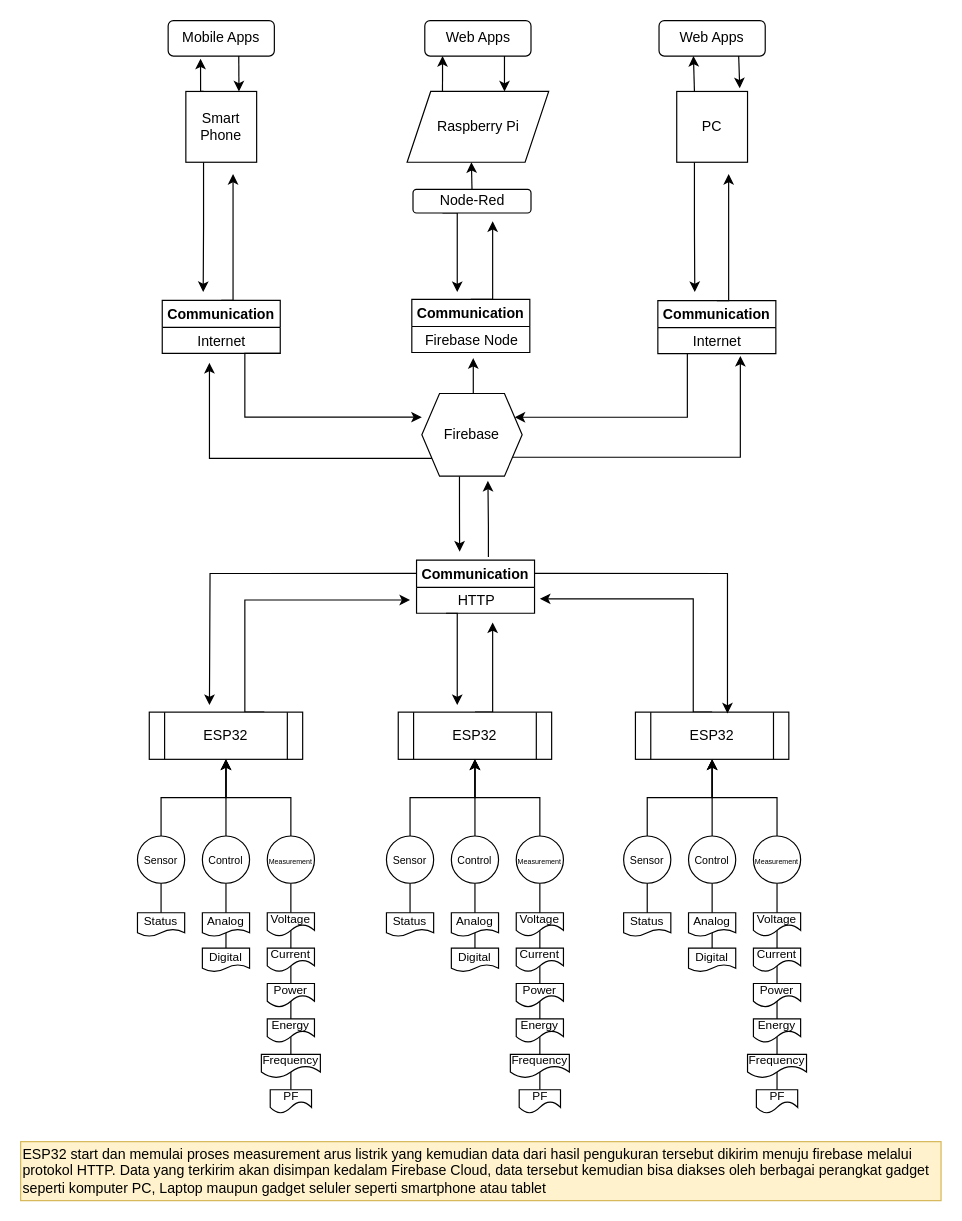
This is flow-diagram.drawio from lmarkrol/smartmeter, a draw.io file, before an edit. Source tidied: cells renumbered, new cells numbered last; positions are measured from the earlier drawing's top-left corner, leaving out a move shared by most shapes. Both pictures are drawn from the tidied source at 118%, with x=0, y=0 at pixel (20, 20).
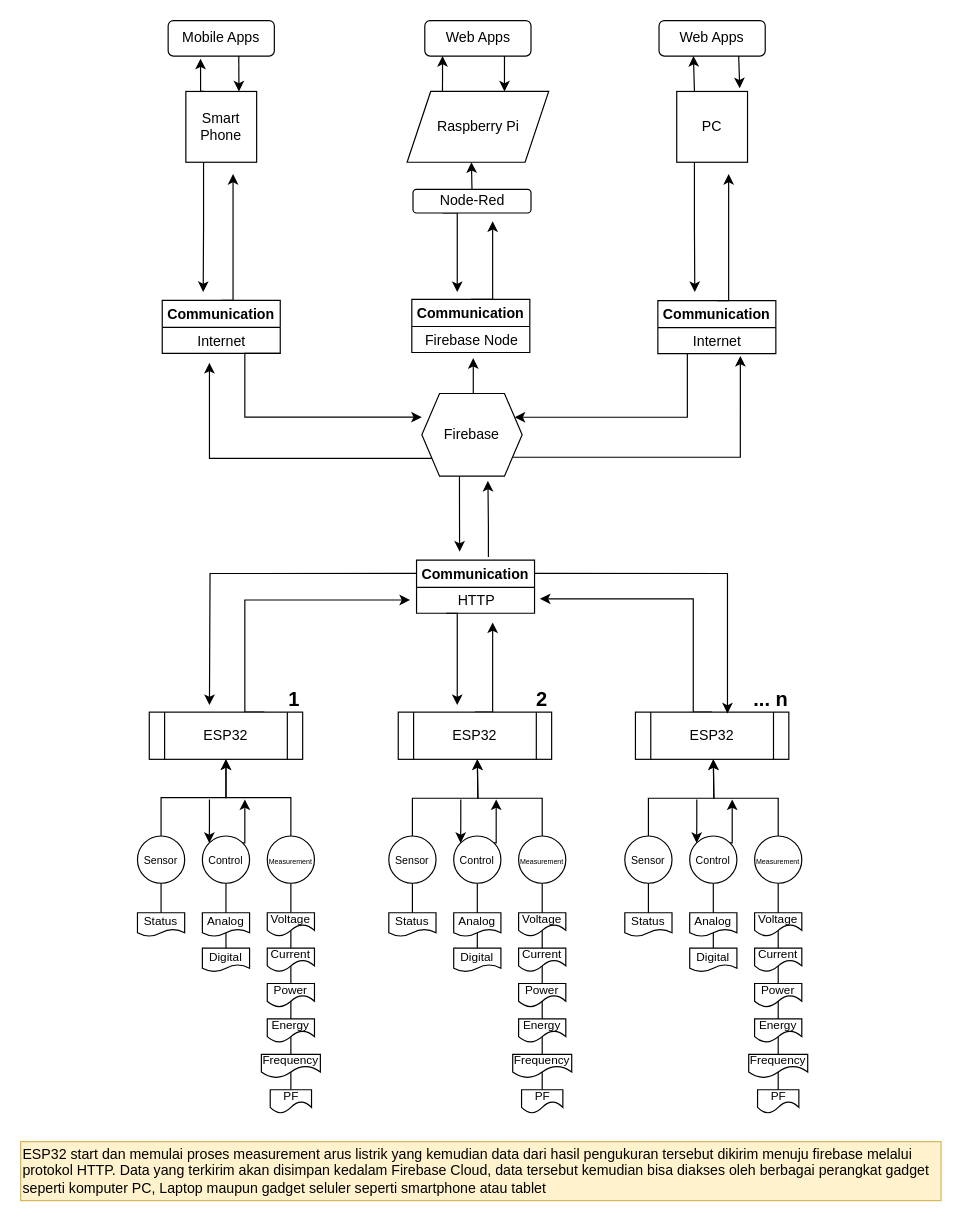
The same diagram, later.

The change refers to these unchanged cells:
```xml
<mxCell id="12" value="ESP32" style="shape=process;whiteSpace=wrap;html=1;backgroundOutline=1;rotation=0;" parent="1" vertex="1">
  <mxGeometry x="320" y="586" width="130" height="40" as="geometry" />
</mxCell>
<mxCell id="70" value="ESP32" style="shape=process;whiteSpace=wrap;html=1;backgroundOutline=1;rotation=0;" parent="1" vertex="1">
  <mxGeometry x="521" y="586" width="130" height="40" as="geometry" />
</mxCell>
<mxCell id="84" value="&lt;font style=&quot;font-size: 9px&quot;&gt;Control&lt;/font&gt;" style="ellipse;whiteSpace=wrap;html=1;rotation=0;" parent="1" vertex="1">
  <mxGeometry x="154" y="691" width="40" height="40" as="geometry" />
</mxCell>
<mxCell id="90" value="ESP32" style="shape=process;whiteSpace=wrap;html=1;backgroundOutline=1;rotation=0;" parent="1" vertex="1">
  <mxGeometry x="109" y="586" width="130" height="40" as="geometry" />
</mxCell>
```

The edit, as a diff of the source:
```diff
@@
-    <mxCell id="2" style="endArrow=none;html=1;entryX=0.5;entryY=1;entryDx=0;entryDy=0;exitX=0.5;exitY=0;exitDx=0;exitDy=0;" parent="1" edge="1" source="53" target="6">
-      <mxGeometry relative="1" as="geometry" />
-    </mxCell>
-    <mxCell id="3" style="endArrow=none;html=1;entryX=0.5;entryY=1;entryDx=0;entryDy=0;exitX=0.5;exitY=0;exitDx=0;exitDy=0;" parent="1" edge="1" source="59" target="7">
-      <mxGeometry relative="1" as="geometry" />
-    </mxCell>
@@
-    <mxCell id="5" value="&lt;font style=&quot;font-size: 9px&quot;&gt;Sensor&lt;/font&gt;" style="ellipse;whiteSpace=wrap;html=1;rotation=0;" parent="1" vertex="1">
-      <mxGeometry x="310" y="691" width="40" height="40" as="geometry" />
-    </mxCell>
-    <mxCell id="6" value="&lt;font style=&quot;font-size: 9px&quot;&gt;Control&lt;/font&gt;" style="ellipse;whiteSpace=wrap;html=1;rotation=0;" parent="1" vertex="1">
-      <mxGeometry x="365" y="691" width="40" height="40" as="geometry" />
-    </mxCell>
-    <mxCell id="7" value="&lt;font style=&quot;font-size: 6px&quot;&gt;Measurement&lt;/font&gt;" style="ellipse;whiteSpace=wrap;html=1;rotation=0;" parent="1" vertex="1">
-      <mxGeometry x="420" y="691" width="40" height="40" as="geometry" />
-    </mxCell>
-    <mxCell id="8" style="edgeStyle=orthogonalEdgeStyle;rounded=0;jettySize=auto;html=1;exitX=0.5;exitY=0;exitDx=0;exitDy=0;entryX=0.5;entryY=1;entryDx=0;entryDy=0;" parent="1" edge="1" source="5" target="12">
-      <mxGeometry x="350" y="226" as="geometry" />
-    </mxCell>
-    <mxCell id="9" style="edgeStyle=orthogonalEdgeStyle;rounded=0;jettySize=auto;html=1;exitX=0.5;exitY=0;exitDx=0;exitDy=0;entryX=0.5;entryY=1;entryDx=0;entryDy=0;" parent="1" edge="1" source="6" target="12">
-      <mxGeometry x="350" y="226" as="geometry" />
-    </mxCell>
-    <mxCell id="10" style="edgeStyle=orthogonalEdgeStyle;rounded=0;jettySize=auto;html=1;exitX=0.5;exitY=0;exitDx=0;exitDy=0;entryX=0.5;entryY=1;entryDx=0;entryDy=0;" parent="1" edge="1" source="7" target="12">
-      <mxGeometry x="350" y="226" as="geometry" />
-    </mxCell>
@@
-    <mxCell id="51" value="&lt;font style=&quot;font-size: 10px&quot;&gt;Status&lt;/font&gt;" style="shape=document;whiteSpace=wrap;html=1;boundedLbl=1;" parent="1" vertex="1">
-      <mxGeometry x="310" y="756" width="40" height="20" as="geometry" />
-    </mxCell>
-    <mxCell id="52" value="&lt;font style=&quot;font-size: 10px&quot;&gt;Analog&lt;/font&gt;" style="shape=document;whiteSpace=wrap;html=1;boundedLbl=1;" parent="1" vertex="1">
-      <mxGeometry x="365" y="756" width="40" height="20" as="geometry" />
-    </mxCell>
-    <mxCell id="53" value="&lt;font style=&quot;font-size: 10px&quot;&gt;Digital&lt;/font&gt;" style="shape=document;whiteSpace=wrap;html=1;boundedLbl=1;" parent="1" vertex="1">
-      <mxGeometry x="365" y="786" width="40" height="20" as="geometry" />
-    </mxCell>
-    <mxCell id="54" value="&lt;font style=&quot;font-size: 10px&quot;&gt;Voltage&lt;/font&gt;" style="shape=document;whiteSpace=wrap;html=1;boundedLbl=1;size=0.5;" parent="1" vertex="1">
-      <mxGeometry x="420" y="756" width="40" height="20" as="geometry" />
-    </mxCell>
-    <mxCell id="55" value="&lt;font style=&quot;font-size: 10px&quot;&gt;Current&lt;/font&gt;" style="shape=document;whiteSpace=wrap;html=1;boundedLbl=1;size=0.5;" parent="1" vertex="1">
-      <mxGeometry x="420" y="786" width="40" height="20" as="geometry" />
-    </mxCell>
-    <mxCell id="56" value="&lt;font style=&quot;font-size: 10px&quot;&gt;Power&lt;/font&gt;" style="shape=document;whiteSpace=wrap;html=1;boundedLbl=1;size=0.5;" parent="1" vertex="1">
-      <mxGeometry x="420" y="816" width="40" height="20" as="geometry" />
-    </mxCell>
-    <mxCell id="57" value="&lt;font style=&quot;font-size: 10px&quot;&gt;Energy&lt;/font&gt;" style="shape=document;whiteSpace=wrap;html=1;boundedLbl=1;size=0.5;" parent="1" vertex="1">
-      <mxGeometry x="420" y="846" width="40" height="20" as="geometry" />
-    </mxCell>
-    <mxCell id="58" value="&lt;font style=&quot;font-size: 10px&quot;&gt;Frequency&lt;/font&gt;" style="shape=document;whiteSpace=wrap;html=1;boundedLbl=1;size=0.5;" parent="1" vertex="1">
-      <mxGeometry x="415" y="876" width="50" height="20" as="geometry" />
-    </mxCell>
-    <mxCell id="59" value="&lt;font style=&quot;font-size: 10px&quot;&gt;PF&lt;/font&gt;" style="shape=document;whiteSpace=wrap;html=1;boundedLbl=1;size=0.5;" parent="1" vertex="1">
-      <mxGeometry x="422.5" y="906" width="35" height="20" as="geometry" />
-    </mxCell>
-    <mxCell id="60" style="endArrow=none;html=1;entryX=0.5;entryY=1;entryDx=0;entryDy=0;exitX=0.5;exitY=0;exitDx=0;exitDy=0;" parent="1" edge="1" source="51" target="5">
-      <mxGeometry relative="1" as="geometry" />
-    </mxCell>
-    <mxCell id="61" style="endArrow=none;html=1;entryX=0.5;entryY=1;entryDx=0;entryDy=0;exitX=0.5;exitY=0;exitDx=0;exitDy=0;" parent="1" edge="1" source="73" target="64">
-      <mxGeometry relative="1" as="geometry" />
-    </mxCell>
-    <mxCell id="62" style="endArrow=none;html=1;entryX=0.5;entryY=1;entryDx=0;entryDy=0;exitX=0.5;exitY=0;exitDx=0;exitDy=0;" parent="1" edge="1" source="79" target="65">
-      <mxGeometry relative="1" as="geometry" />
-    </mxCell>
-    <mxCell id="63" value="&lt;font style=&quot;font-size: 9px&quot;&gt;Sensor&lt;/font&gt;" style="ellipse;whiteSpace=wrap;html=1;rotation=0;" parent="1" vertex="1">
-      <mxGeometry x="511" y="691" width="40" height="40" as="geometry" />
-    </mxCell>
-    <mxCell id="64" value="&lt;font style=&quot;font-size: 9px&quot;&gt;Control&lt;/font&gt;" style="ellipse;whiteSpace=wrap;html=1;rotation=0;" parent="1" vertex="1">
-      <mxGeometry x="566" y="691" width="40" height="40" as="geometry" />
-    </mxCell>
-    <mxCell id="65" value="&lt;font style=&quot;font-size: 6px&quot;&gt;Measurement&lt;/font&gt;" style="ellipse;whiteSpace=wrap;html=1;rotation=0;" parent="1" vertex="1">
-      <mxGeometry x="621" y="691" width="40" height="40" as="geometry" />
-    </mxCell>
-    <mxCell id="66" style="edgeStyle=orthogonalEdgeStyle;rounded=0;jettySize=auto;html=1;exitX=0.5;exitY=0;exitDx=0;exitDy=0;entryX=0.5;entryY=1;entryDx=0;entryDy=0;" parent="1" edge="1" source="63" target="70">
-      <mxGeometry x="551" y="226" as="geometry" />
-    </mxCell>
-    <mxCell id="67" style="edgeStyle=orthogonalEdgeStyle;rounded=0;jettySize=auto;html=1;exitX=0.5;exitY=0;exitDx=0;exitDy=0;entryX=0.5;entryY=1;entryDx=0;entryDy=0;" parent="1" edge="1" source="64" target="70">
-      <mxGeometry x="551" y="226" as="geometry" />
-    </mxCell>
-    <mxCell id="68" style="edgeStyle=orthogonalEdgeStyle;rounded=0;jettySize=auto;html=1;exitX=0.5;exitY=0;exitDx=0;exitDy=0;entryX=0.5;entryY=1;entryDx=0;entryDy=0;" parent="1" edge="1" source="65" target="70">
-      <mxGeometry x="551" y="226" as="geometry" />
-    </mxCell>
@@
-    <mxCell id="71" value="&lt;font style=&quot;font-size: 10px&quot;&gt;Status&lt;/font&gt;" style="shape=document;whiteSpace=wrap;html=1;boundedLbl=1;" parent="1" vertex="1">
-      <mxGeometry x="511" y="756" width="40" height="20" as="geometry" />
-    </mxCell>
-    <mxCell id="72" value="&lt;font style=&quot;font-size: 10px&quot;&gt;Analog&lt;/font&gt;" style="shape=document;whiteSpace=wrap;html=1;boundedLbl=1;" parent="1" vertex="1">
-      <mxGeometry x="566" y="756" width="40" height="20" as="geometry" />
-    </mxCell>
-    <mxCell id="73" value="&lt;font style=&quot;font-size: 10px&quot;&gt;Digital&lt;/font&gt;" style="shape=document;whiteSpace=wrap;html=1;boundedLbl=1;" parent="1" vertex="1">
-      <mxGeometry x="566" y="786" width="40" height="20" as="geometry" />
-    </mxCell>
-    <mxCell id="74" value="&lt;font style=&quot;font-size: 10px&quot;&gt;Voltage&lt;/font&gt;" style="shape=document;whiteSpace=wrap;html=1;boundedLbl=1;size=0.5;" parent="1" vertex="1">
-      <mxGeometry x="621" y="756" width="40" height="20" as="geometry" />
-    </mxCell>
-    <mxCell id="75" value="&lt;font style=&quot;font-size: 10px&quot;&gt;Current&lt;/font&gt;" style="shape=document;whiteSpace=wrap;html=1;boundedLbl=1;size=0.5;" parent="1" vertex="1">
-      <mxGeometry x="621" y="786" width="40" height="20" as="geometry" />
-    </mxCell>
-    <mxCell id="76" value="&lt;font style=&quot;font-size: 10px&quot;&gt;Power&lt;/font&gt;" style="shape=document;whiteSpace=wrap;html=1;boundedLbl=1;size=0.5;" parent="1" vertex="1">
-      <mxGeometry x="621" y="816" width="40" height="20" as="geometry" />
-    </mxCell>
-    <mxCell id="77" value="&lt;font style=&quot;font-size: 10px&quot;&gt;Energy&lt;/font&gt;" style="shape=document;whiteSpace=wrap;html=1;boundedLbl=1;size=0.5;" parent="1" vertex="1">
-      <mxGeometry x="621" y="846" width="40" height="20" as="geometry" />
-    </mxCell>
-    <mxCell id="78" value="&lt;font style=&quot;font-size: 10px&quot;&gt;Frequency&lt;/font&gt;" style="shape=document;whiteSpace=wrap;html=1;boundedLbl=1;size=0.5;" parent="1" vertex="1">
-      <mxGeometry x="616" y="876" width="50" height="20" as="geometry" />
-    </mxCell>
-    <mxCell id="79" value="&lt;font style=&quot;font-size: 10px&quot;&gt;PF&lt;/font&gt;" style="shape=document;whiteSpace=wrap;html=1;boundedLbl=1;size=0.5;" parent="1" vertex="1">
-      <mxGeometry x="623.5" y="906" width="35" height="20" as="geometry" />
-    </mxCell>
-    <mxCell id="80" style="endArrow=none;html=1;entryX=0.5;entryY=1;entryDx=0;entryDy=0;exitX=0.5;exitY=0;exitDx=0;exitDy=0;" parent="1" edge="1" source="71" target="63">
-      <mxGeometry relative="1" as="geometry" />
-    </mxCell>
@@
-    <mxCell id="87" style="edgeStyle=orthogonalEdgeStyle;rounded=0;jettySize=auto;html=1;exitX=0.5;exitY=0;exitDx=0;exitDy=0;entryX=0.5;entryY=1;entryDx=0;entryDy=0;" parent="1" edge="1" source="84" target="90">
-      <mxGeometry x="139" y="226" as="geometry" />
+    <mxCell id="87" style="edgeStyle=orthogonalEdgeStyle;rounded=0;jettySize=auto;html=1;exitX=1;exitY=0;exitDx=0;exitDy=0;" parent="1" edge="1" source="84">
+      <mxGeometry x="139" y="226" as="geometry">
+        <mxPoint x="190" y="660" as="targetPoint" />
+      </mxGeometry>
     </mxCell>
@@
+    <mxCell id="108" style="edgeStyle=orthogonalEdgeStyle;rounded=0;jettySize=auto;html=1;entryX=0;entryY=0;entryDx=0;entryDy=0;" parent="1" edge="1" target="84">
+      <mxGeometry x="149" y="236" as="geometry">
+        <mxPoint x="160" y="660" as="sourcePoint" />
+        <Array as="points">
+          <mxPoint x="160" y="680" />
+          <mxPoint x="160" y="680" />
+        </Array>
+      </mxGeometry>
+    </mxCell>
+    <mxCell id="109" style="endArrow=none;html=1;entryX=0.5;entryY=1;entryDx=0;entryDy=0;exitX=0.5;exitY=0;exitDx=0;exitDy=0;" parent="1" edge="1" source="119" target="112">
+      <mxGeometry relative="1" as="geometry" />
+    </mxCell>
+    <mxCell id="110" style="endArrow=none;html=1;entryX=0.5;entryY=1;entryDx=0;entryDy=0;exitX=0.5;exitY=0;exitDx=0;exitDy=0;" parent="1" edge="1" source="125" target="113">
+      <mxGeometry relative="1" as="geometry" />
+    </mxCell>
+    <mxCell id="111" value="&lt;font style=&quot;font-size: 9px&quot;&gt;Sensor&lt;/font&gt;" style="ellipse;whiteSpace=wrap;html=1;rotation=0;" parent="1" vertex="1">
+      <mxGeometry x="312" y="691" width="40" height="40" as="geometry" />
+    </mxCell>
+    <mxCell id="112" value="&lt;font style=&quot;font-size: 9px&quot;&gt;Control&lt;/font&gt;" style="ellipse;whiteSpace=wrap;html=1;rotation=0;" parent="1" vertex="1">
+      <mxGeometry x="367" y="691" width="40" height="40" as="geometry" />
+    </mxCell>
+    <mxCell id="113" value="&lt;font style=&quot;font-size: 6px&quot;&gt;Measurement&lt;/font&gt;" style="ellipse;whiteSpace=wrap;html=1;rotation=0;" parent="1" vertex="1">
+      <mxGeometry x="422" y="691" width="40" height="40" as="geometry" />
+    </mxCell>
+    <mxCell id="114" style="edgeStyle=orthogonalEdgeStyle;rounded=0;jettySize=auto;html=1;exitX=0.5;exitY=0;exitDx=0;exitDy=0;entryX=0.5;entryY=1;entryDx=0;entryDy=0;" parent="1" edge="1" source="111">
+      <mxGeometry x="352" y="226" as="geometry">
+        <mxPoint x="387" y="626" as="targetPoint" />
+      </mxGeometry>
+    </mxCell>
+    <mxCell id="115" style="edgeStyle=orthogonalEdgeStyle;rounded=0;jettySize=auto;html=1;exitX=1;exitY=0;exitDx=0;exitDy=0;" parent="1" edge="1" source="112">
+      <mxGeometry x="352" y="226" as="geometry">
+        <mxPoint x="403" y="660" as="targetPoint" />
+      </mxGeometry>
+    </mxCell>
+    <mxCell id="116" style="edgeStyle=orthogonalEdgeStyle;rounded=0;jettySize=auto;html=1;exitX=0.5;exitY=0;exitDx=0;exitDy=0;entryX=0.5;entryY=1;entryDx=0;entryDy=0;" parent="1" edge="1" source="113">
+      <mxGeometry x="352" y="226" as="geometry">
+        <mxPoint x="387" y="626" as="targetPoint" />
+      </mxGeometry>
+    </mxCell>
+    <mxCell id="117" value="&lt;font style=&quot;font-size: 10px&quot;&gt;Status&lt;/font&gt;" style="shape=document;whiteSpace=wrap;html=1;boundedLbl=1;" parent="1" vertex="1">
+      <mxGeometry x="312" y="756" width="40" height="20" as="geometry" />
+    </mxCell>
+    <mxCell id="118" value="&lt;font style=&quot;font-size: 10px&quot;&gt;Analog&lt;/font&gt;" style="shape=document;whiteSpace=wrap;html=1;boundedLbl=1;" parent="1" vertex="1">
+      <mxGeometry x="367" y="756" width="40" height="20" as="geometry" />
+    </mxCell>
+    <mxCell id="119" value="&lt;font style=&quot;font-size: 10px&quot;&gt;Digital&lt;/font&gt;" style="shape=document;whiteSpace=wrap;html=1;boundedLbl=1;" parent="1" vertex="1">
+      <mxGeometry x="367" y="786" width="40" height="20" as="geometry" />
+    </mxCell>
+    <mxCell id="120" value="&lt;font style=&quot;font-size: 10px&quot;&gt;Voltage&lt;/font&gt;" style="shape=document;whiteSpace=wrap;html=1;boundedLbl=1;size=0.5;" parent="1" vertex="1">
+      <mxGeometry x="422" y="756" width="40" height="20" as="geometry" />
+    </mxCell>
+    <mxCell id="121" value="&lt;font style=&quot;font-size: 10px&quot;&gt;Current&lt;/font&gt;" style="shape=document;whiteSpace=wrap;html=1;boundedLbl=1;size=0.5;" parent="1" vertex="1">
+      <mxGeometry x="422" y="786" width="40" height="20" as="geometry" />
+    </mxCell>
+    <mxCell id="122" value="&lt;font style=&quot;font-size: 10px&quot;&gt;Power&lt;/font&gt;" style="shape=document;whiteSpace=wrap;html=1;boundedLbl=1;size=0.5;" parent="1" vertex="1">
+      <mxGeometry x="422" y="816" width="40" height="20" as="geometry" />
+    </mxCell>
+    <mxCell id="123" value="&lt;font style=&quot;font-size: 10px&quot;&gt;Energy&lt;/font&gt;" style="shape=document;whiteSpace=wrap;html=1;boundedLbl=1;size=0.5;" parent="1" vertex="1">
+      <mxGeometry x="422" y="846" width="40" height="20" as="geometry" />
+    </mxCell>
+    <mxCell id="124" value="&lt;font style=&quot;font-size: 10px&quot;&gt;Frequency&lt;/font&gt;" style="shape=document;whiteSpace=wrap;html=1;boundedLbl=1;size=0.5;" parent="1" vertex="1">
+      <mxGeometry x="417" y="876" width="50" height="20" as="geometry" />
+    </mxCell>
+    <mxCell id="125" value="&lt;font style=&quot;font-size: 10px&quot;&gt;PF&lt;/font&gt;" style="shape=document;whiteSpace=wrap;html=1;boundedLbl=1;size=0.5;" parent="1" vertex="1">
+      <mxGeometry x="424.5" y="906" width="35" height="20" as="geometry" />
+    </mxCell>
+    <mxCell id="126" style="endArrow=none;html=1;entryX=0.5;entryY=1;entryDx=0;entryDy=0;exitX=0.5;exitY=0;exitDx=0;exitDy=0;" parent="1" edge="1" source="117" target="111">
+      <mxGeometry relative="1" as="geometry" />
+    </mxCell>
+    <mxCell id="127" style="edgeStyle=orthogonalEdgeStyle;rounded=0;jettySize=auto;html=1;entryX=0;entryY=0;entryDx=0;entryDy=0;" parent="1" edge="1" target="112">
+      <mxGeometry x="362" y="236" as="geometry">
+        <mxPoint x="373" y="660" as="sourcePoint" />
+        <Array as="points">
+          <mxPoint x="373" y="680" />
+          <mxPoint x="373" y="680" />
+        </Array>
+      </mxGeometry>
+    </mxCell>
+    <mxCell id="128" style="endArrow=none;html=1;entryX=0.5;entryY=1;entryDx=0;entryDy=0;exitX=0.5;exitY=0;exitDx=0;exitDy=0;" parent="1" edge="1" source="138" target="131">
+      <mxGeometry relative="1" as="geometry" />
+    </mxCell>
+    <mxCell id="129" style="endArrow=none;html=1;entryX=0.5;entryY=1;entryDx=0;entryDy=0;exitX=0.5;exitY=0;exitDx=0;exitDy=0;" parent="1" edge="1" source="144" target="132">
+      <mxGeometry relative="1" as="geometry" />
+    </mxCell>
+    <mxCell id="130" value="&lt;font style=&quot;font-size: 9px&quot;&gt;Sensor&lt;/font&gt;" style="ellipse;whiteSpace=wrap;html=1;rotation=0;" parent="1" vertex="1">
+      <mxGeometry x="512" y="691" width="40" height="40" as="geometry" />
+    </mxCell>
+    <mxCell id="131" value="&lt;font style=&quot;font-size: 9px&quot;&gt;Control&lt;/font&gt;" style="ellipse;whiteSpace=wrap;html=1;rotation=0;" parent="1" vertex="1">
+      <mxGeometry x="567" y="691" width="40" height="40" as="geometry" />
+    </mxCell>
+    <mxCell id="132" value="&lt;font style=&quot;font-size: 6px&quot;&gt;Measurement&lt;/font&gt;" style="ellipse;whiteSpace=wrap;html=1;rotation=0;" parent="1" vertex="1">
+      <mxGeometry x="622" y="691" width="40" height="40" as="geometry" />
+    </mxCell>
+    <mxCell id="133" style="edgeStyle=orthogonalEdgeStyle;rounded=0;jettySize=auto;html=1;exitX=0.5;exitY=0;exitDx=0;exitDy=0;entryX=0.5;entryY=1;entryDx=0;entryDy=0;" parent="1" edge="1" source="130">
+      <mxGeometry x="552" y="226" as="geometry">
+        <mxPoint x="587" y="626" as="targetPoint" />
+      </mxGeometry>
+    </mxCell>
+    <mxCell id="134" style="edgeStyle=orthogonalEdgeStyle;rounded=0;jettySize=auto;html=1;exitX=1;exitY=0;exitDx=0;exitDy=0;" parent="1" edge="1" source="131">
+      <mxGeometry x="552" y="226" as="geometry">
+        <mxPoint x="603" y="660" as="targetPoint" />
+      </mxGeometry>
+    </mxCell>
+    <mxCell id="135" style="edgeStyle=orthogonalEdgeStyle;rounded=0;jettySize=auto;html=1;exitX=0.5;exitY=0;exitDx=0;exitDy=0;entryX=0.5;entryY=1;entryDx=0;entryDy=0;" parent="1" edge="1" source="132">
+      <mxGeometry x="552" y="226" as="geometry">
+        <mxPoint x="587" y="626" as="targetPoint" />
+      </mxGeometry>
+    </mxCell>
+    <mxCell id="136" value="&lt;font style=&quot;font-size: 10px&quot;&gt;Status&lt;/font&gt;" style="shape=document;whiteSpace=wrap;html=1;boundedLbl=1;" parent="1" vertex="1">
+      <mxGeometry x="512" y="756" width="40" height="20" as="geometry" />
+    </mxCell>
+    <mxCell id="137" value="&lt;font style=&quot;font-size: 10px&quot;&gt;Analog&lt;/font&gt;" style="shape=document;whiteSpace=wrap;html=1;boundedLbl=1;" parent="1" vertex="1">
+      <mxGeometry x="567" y="756" width="40" height="20" as="geometry" />
+    </mxCell>
+    <mxCell id="138" value="&lt;font style=&quot;font-size: 10px&quot;&gt;Digital&lt;/font&gt;" style="shape=document;whiteSpace=wrap;html=1;boundedLbl=1;" parent="1" vertex="1">
+      <mxGeometry x="567" y="786" width="40" height="20" as="geometry" />
+    </mxCell>
+    <mxCell id="139" value="&lt;font style=&quot;font-size: 10px&quot;&gt;Voltage&lt;/font&gt;" style="shape=document;whiteSpace=wrap;html=1;boundedLbl=1;size=0.5;" parent="1" vertex="1">
+      <mxGeometry x="622" y="756" width="40" height="20" as="geometry" />
+    </mxCell>
+    <mxCell id="140" value="&lt;font style=&quot;font-size: 10px&quot;&gt;Current&lt;/font&gt;" style="shape=document;whiteSpace=wrap;html=1;boundedLbl=1;size=0.5;" parent="1" vertex="1">
+      <mxGeometry x="622" y="786" width="40" height="20" as="geometry" />
+    </mxCell>
+    <mxCell id="141" value="&lt;font style=&quot;font-size: 10px&quot;&gt;Power&lt;/font&gt;" style="shape=document;whiteSpace=wrap;html=1;boundedLbl=1;size=0.5;" parent="1" vertex="1">
+      <mxGeometry x="622" y="816" width="40" height="20" as="geometry" />
+    </mxCell>
+    <mxCell id="142" value="&lt;font style=&quot;font-size: 10px&quot;&gt;Energy&lt;/font&gt;" style="shape=document;whiteSpace=wrap;html=1;boundedLbl=1;size=0.5;" parent="1" vertex="1">
+      <mxGeometry x="622" y="846" width="40" height="20" as="geometry" />
+    </mxCell>
+    <mxCell id="143" value="&lt;font style=&quot;font-size: 10px&quot;&gt;Frequency&lt;/font&gt;" style="shape=document;whiteSpace=wrap;html=1;boundedLbl=1;size=0.5;" parent="1" vertex="1">
+      <mxGeometry x="617" y="876" width="50" height="20" as="geometry" />
+    </mxCell>
+    <mxCell id="144" value="&lt;font style=&quot;font-size: 10px&quot;&gt;PF&lt;/font&gt;" style="shape=document;whiteSpace=wrap;html=1;boundedLbl=1;size=0.5;" parent="1" vertex="1">
+      <mxGeometry x="624.5" y="906" width="35" height="20" as="geometry" />
+    </mxCell>
+    <mxCell id="145" style="endArrow=none;html=1;entryX=0.5;entryY=1;entryDx=0;entryDy=0;exitX=0.5;exitY=0;exitDx=0;exitDy=0;" parent="1" edge="1" source="136" target="130">
+      <mxGeometry relative="1" as="geometry" />
+    </mxCell>
+    <mxCell id="146" style="edgeStyle=orthogonalEdgeStyle;rounded=0;jettySize=auto;html=1;entryX=0;entryY=0;entryDx=0;entryDy=0;" parent="1" edge="1" target="131">
+      <mxGeometry x="562" y="236" as="geometry">
+        <mxPoint x="573" y="660" as="sourcePoint" />
+        <Array as="points">
+          <mxPoint x="573" y="680" />
+          <mxPoint x="573" y="680" />
+        </Array>
+      </mxGeometry>
+    </mxCell>
+    <mxCell id="147" value="&lt;b&gt;&lt;font style=&quot;font-size: 17px&quot;&gt;1&lt;/font&gt;&lt;/b&gt;" style="text;html=1;strokeColor=none;fillColor=none;align=center;verticalAlign=middle;whiteSpace=wrap;rounded=0;" parent="1" vertex="1">
+      <mxGeometry x="211.5" y="566" width="40" height="20" as="geometry" />
+    </mxCell>
+    <mxCell id="148" value="&lt;b&gt;&lt;font style=&quot;font-size: 17px&quot;&gt;2&lt;/font&gt;&lt;/b&gt;" style="text;html=1;strokeColor=none;fillColor=none;align=center;verticalAlign=middle;whiteSpace=wrap;rounded=0;" parent="1" vertex="1">
+      <mxGeometry x="421.5" y="566" width="40" height="20" as="geometry" />
+    </mxCell>
+    <mxCell id="149" value="&lt;b&gt;&lt;font style=&quot;font-size: 17px&quot;&gt;... n&lt;/font&gt;&lt;/b&gt;" style="text;html=1;strokeColor=none;fillColor=none;align=center;verticalAlign=middle;whiteSpace=wrap;rounded=0;" parent="1" vertex="1">
+      <mxGeometry x="615.5" y="566" width="40" height="20" as="geometry" />
+    </mxCell>
```
